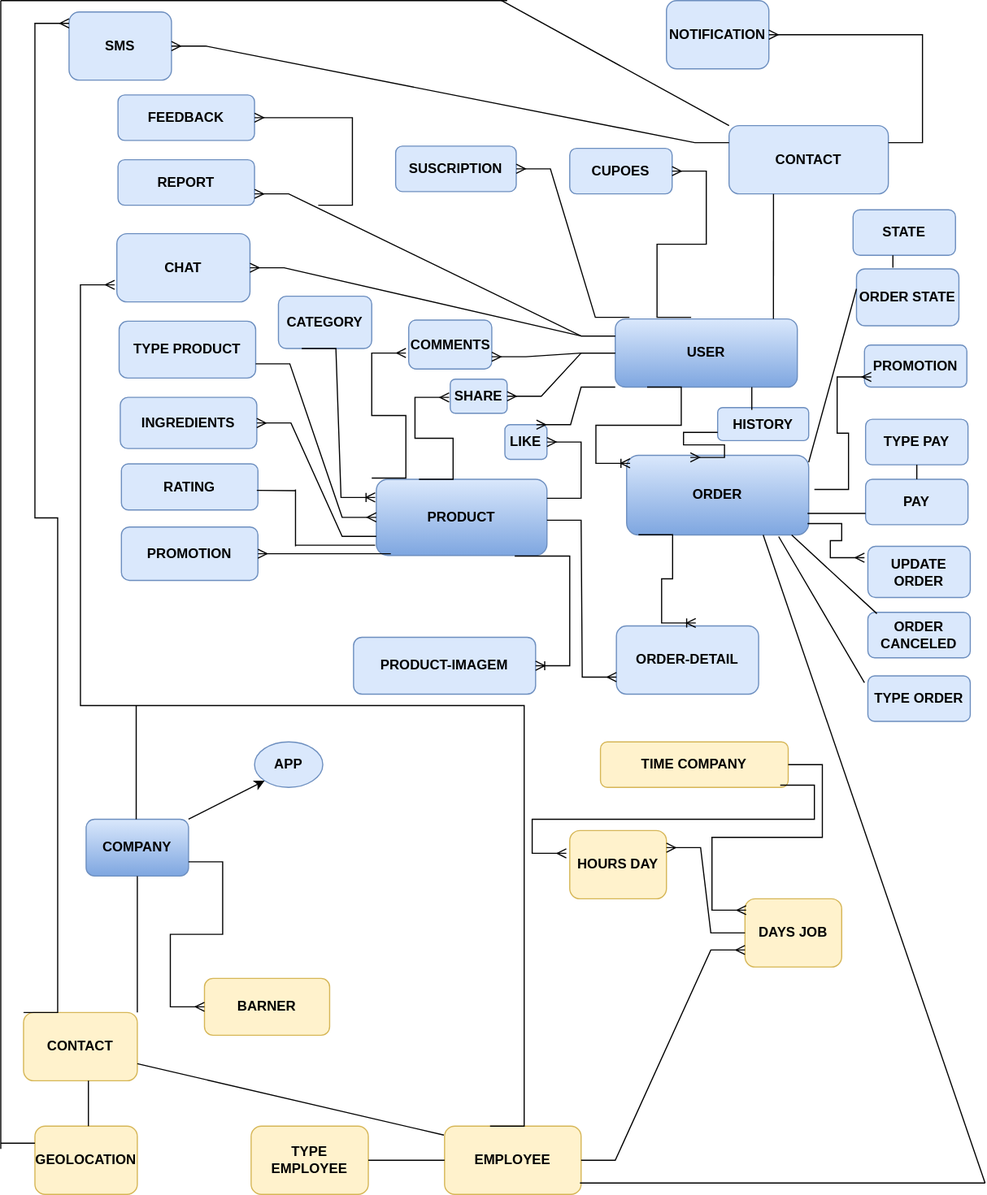
This is Estructuras App/Delivery_Skeletor.drawio (2).svg from filda1/Script-Code, a draw.io export, as it was before one commit. Source tidied: cells renumbered, new cells last; positions are measured from the earlier drawing's top-left corner, leaving out a move shared by most shapes.
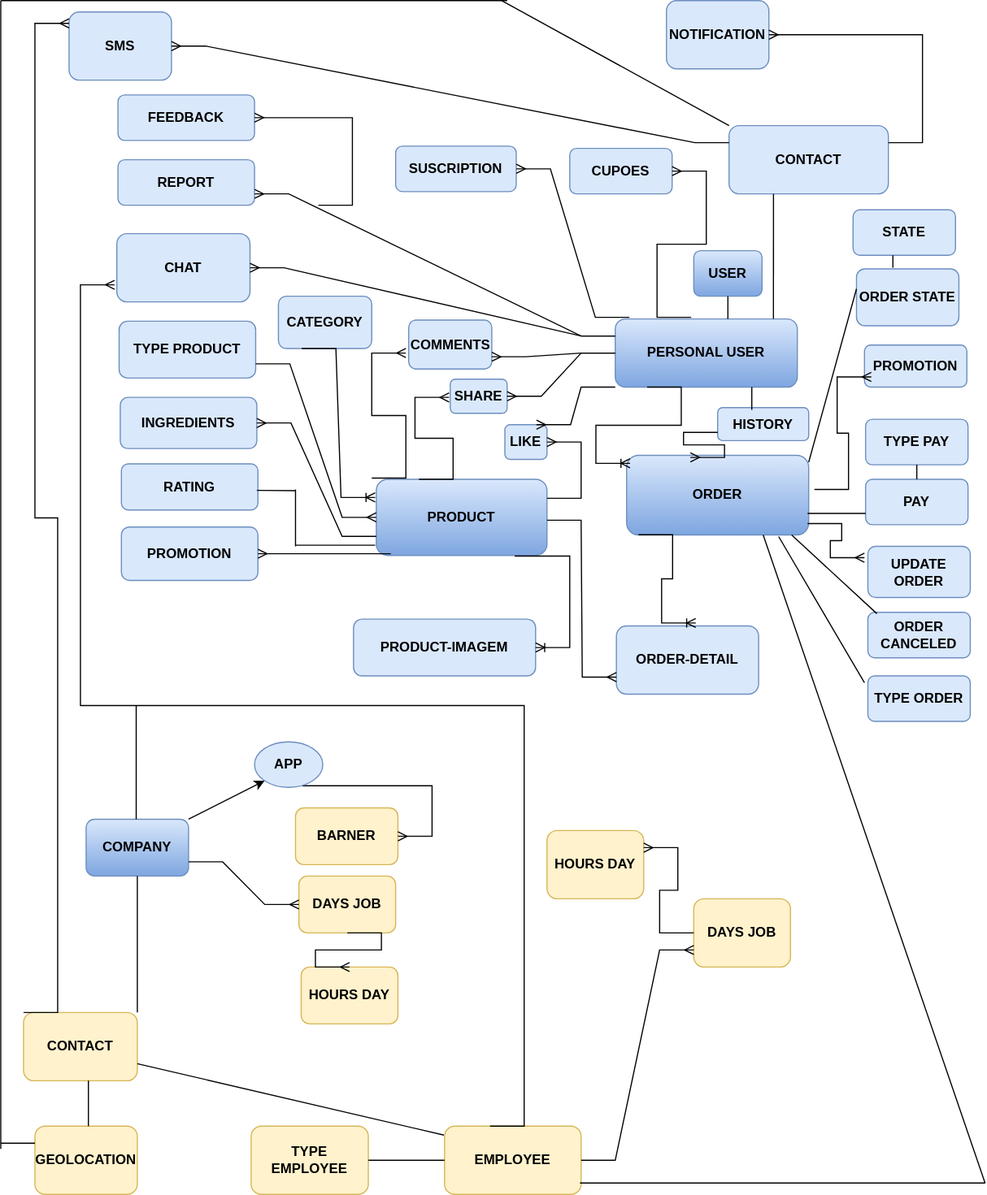
Later version of the same file.

The edit, as a diff of the source:
```diff
@@ -9,9 +9,9 @@
       <mxGeometry x="244" y="260" width="82" height="46" as="geometry" />
     </mxCell>
     <mxCell id="4" value="PRODUCT-IMAGEM" style="rounded=1;whiteSpace=wrap;html=1;labelBackgroundColor=none;labelBorderColor=none;fillColor=#dae8fc;strokeColor=#6c8ebf;fontStyle=1;" parent="1" vertex="1">
-      <mxGeometry x="310" y="560" width="160" height="50" as="geometry" />
+      <mxGeometry x="310" y="544" width="160" height="50" as="geometry" />
     </mxCell>
-    <mxCell id="5" value="USER" style="rounded=1;whiteSpace=wrap;html=1;labelBackgroundColor=none;labelBorderColor=none;fillColor=#dae8fc;strokeColor=#6c8ebf;fontStyle=1;gradientColor=#7ea6e0;" parent="1" vertex="1">
+    <mxCell id="5" value="PERSONAL USER" style="rounded=1;whiteSpace=wrap;html=1;labelBackgroundColor=none;labelBorderColor=none;fillColor=#dae8fc;strokeColor=#6c8ebf;fontStyle=1;gradientColor=#7ea6e0;" parent="1" vertex="1">
       <mxGeometry x="540" y="280" width="160" height="60" as="geometry" />
     </mxCell>
     <mxCell id="6" value="&lt;b&gt;ORDER&lt;/b&gt;" style="rounded=1;whiteSpace=wrap;html=1;labelBackgroundColor=none;labelBorderColor=none;fillColor=#dae8fc;strokeColor=#6c8ebf;gradientColor=#7ea6e0;" parent="1" vertex="1">
@@ -147,19 +147,19 @@
       <mxGeometry x="220" y="990" width="103" height="60" as="geometry" />
     </mxCell>
     <mxCell id="43" value="BARNER" style="rounded=1;whiteSpace=wrap;html=1;labelBackgroundColor=none;labelBorderColor=none;fillColor=#fff2cc;strokeColor=#d6b656;fontStyle=1;" parent="1" vertex="1">
-      <mxGeometry x="179" y="860" width="110" height="50" as="geometry" />
+      <mxGeometry x="259" y="710" width="90" height="50" as="geometry" />
     </mxCell>
     <mxCell id="44" style="endArrow=none;html=1;rounded=0;fontColor=#000000;entryX=1;entryY=0.5;entryDx=0;entryDy=0;exitX=0;exitY=0.5;exitDx=0;exitDy=0;exitPerimeter=0;" parent="1" edge="1" source="41" target="42">
       <mxGeometry relative="1" as="geometry" />
     </mxCell>
     <mxCell id="45" value="&lt;b&gt;DAYS JOB&lt;/b&gt;" style="rounded=1;whiteSpace=wrap;html=1;labelBackgroundColor=none;labelBorderColor=none;fillColor=#fff2cc;strokeColor=#d6b656;fontStyle=0;" parent="1" vertex="1">
-      <mxGeometry x="654" y="790" width="85" height="60" as="geometry" />
+      <mxGeometry x="609" y="790" width="85" height="60" as="geometry" />
     </mxCell>
     <mxCell id="46" style="edgeStyle=entityRelationEdgeStyle;fontSize=12;html=1;endArrow=ERmany;rounded=0;fontColor=#000000;entryX=0;entryY=0.75;entryDx=0;entryDy=0;" parent="1" edge="1" source="41" target="45">
       <mxGeometry relative="1" as="geometry" />
     </mxCell>
     <mxCell id="47" value="HOURS DAY" style="rounded=1;whiteSpace=wrap;html=1;labelBackgroundColor=none;labelBorderColor=none;fillColor=#fff2cc;strokeColor=#d6b656;fontStyle=1;" parent="1" vertex="1">
-      <mxGeometry x="500" y="730" width="85" height="60" as="geometry" />
+      <mxGeometry x="480" y="730" width="85" height="60" as="geometry" />
     </mxCell>
     <mxCell id="48" style="edgeStyle=entityRelationEdgeStyle;fontSize=12;html=1;endArrow=ERmany;rounded=0;fontColor=#000000;entryX=1;entryY=0.25;entryDx=0;entryDy=0;exitX=0;exitY=0.5;exitDx=0;exitDy=0;" parent="1" edge="1" source="45" target="47">
       <mxGeometry relative="1" as="geometry" />
@@ -235,20 +235,6 @@
         <mxPoint x="865" y="1040" as="targetPoint" />
       </mxGeometry>
     </mxCell>
-    <mxCell id="64" value="TIME COMPANY" style="rounded=1;whiteSpace=wrap;html=1;fillColor=#fff2cc;strokeColor=#d6b656;fontStyle=1;" parent="1" vertex="1">
-      <mxGeometry x="527" y="652" width="165" height="40" as="geometry" />
-    </mxCell>
-    <mxCell id="65" style="edgeStyle=entityRelationEdgeStyle;fontSize=12;html=1;endArrow=ERmany;rounded=0;" parent="1" edge="1" source="64">
-      <mxGeometry relative="1" as="geometry">
-        <mxPoint x="655" y="800" as="targetPoint" />
-      </mxGeometry>
-    </mxCell>
-    <mxCell id="66" style="edgeStyle=entityRelationEdgeStyle;fontSize=12;html=1;endArrow=ERmany;rounded=0;" parent="1" edge="1">
-      <mxGeometry relative="1" as="geometry">
-        <mxPoint x="685" y="690" as="sourcePoint" />
-        <mxPoint x="497" y="750" as="targetPoint" />
-      </mxGeometry>
-    </mxCell>
     <mxCell id="67" value="&lt;b&gt;RATING&lt;/b&gt;" style="rounded=1;whiteSpace=wrap;html=1;fillColor=#dae8fc;strokeColor=#6c8ebf;" parent="1" vertex="1">
       <mxGeometry x="106" y="407.5" width="120" height="40.5" as="geometry" />
     </mxCell>
@@ -275,7 +261,7 @@
         <mxPoint x="759" y="490" as="targetPoint" />
       </mxGeometry>
     </mxCell>
-    <mxCell id="74" style="edgeStyle=entityRelationEdgeStyle;fontSize=12;html=1;endArrow=ERmany;rounded=0;exitX=1;exitY=0.75;exitDx=0;exitDy=0;" parent="1" edge="1" source="53" target="43">
+    <mxCell id="74" style="edgeStyle=entityRelationEdgeStyle;fontSize=12;html=1;endArrow=ERmany;rounded=0;exitX=0.703;exitY=0.965;exitDx=0;exitDy=0;exitPerimeter=0;" parent="1" edge="1" source="95" target="43">
       <mxGeometry relative="1" as="geometry" />
     </mxCell>
     <mxCell id="75" value="COMMENTS" style="rounded=1;whiteSpace=wrap;html=1;fillColor=#dae8fc;strokeColor=#6c8ebf;fontStyle=1;direction=south;" parent="1" vertex="1">
@@ -365,5 +351,25 @@
     <mxCell id="96" style="endArrow=classic;html=1;rounded=0;exitX=1;exitY=0;exitDx=0;exitDy=0;entryX=0;entryY=1;entryDx=0;entryDy=0;" parent="1" edge="1" source="53" target="95">
       <mxGeometry relative="1" as="geometry" />
     </mxCell>
+    <mxCell id="97" value="USER" style="rounded=1;whiteSpace=wrap;html=1;fillColor=#dae8fc;strokeColor=#6c8ebf;fontStyle=1;gradientColor=#7ea6e0;" parent="1" vertex="1">
+      <mxGeometry x="609" y="220" width="60" height="40" as="geometry" />
+    </mxCell>
+    <mxCell id="98" style="endArrow=none;html=1;rounded=0;entryX=0.5;entryY=1;entryDx=0;entryDy=0;" parent="1" edge="1" target="97">
+      <mxGeometry relative="1" as="geometry">
+        <mxPoint x="639" y="280" as="sourcePoint" />
+      </mxGeometry>
+    </mxCell>
+    <mxCell id="99" value="HOURS DAY" style="rounded=1;whiteSpace=wrap;html=1;labelBackgroundColor=none;labelBorderColor=none;fillColor=#fff2cc;strokeColor=#d6b656;fontStyle=1;" parent="1" vertex="1">
+      <mxGeometry x="264" y="850" width="85" height="50" as="geometry" />
+    </mxCell>
+    <mxCell id="100" value="&lt;b&gt;DAYS JOB&lt;/b&gt;" style="rounded=1;whiteSpace=wrap;html=1;labelBackgroundColor=none;labelBorderColor=none;fillColor=#fff2cc;strokeColor=#d6b656;fontStyle=0;" parent="1" vertex="1">
+      <mxGeometry x="262" y="770" width="85" height="50" as="geometry" />
+    </mxCell>
+    <mxCell id="101" style="edgeStyle=entityRelationEdgeStyle;fontSize=12;html=1;endArrow=ERmany;rounded=0;exitX=1;exitY=0.75;exitDx=0;exitDy=0;" parent="1" edge="1" source="53" target="100">
+      <mxGeometry relative="1" as="geometry" />
+    </mxCell>
+    <mxCell id="102" style="edgeStyle=entityRelationEdgeStyle;fontSize=12;html=1;endArrow=ERmany;rounded=0;exitX=0.5;exitY=1;exitDx=0;exitDy=0;entryX=0.5;entryY=0;entryDx=0;entryDy=0;" parent="1" edge="1" source="100" target="99">
+      <mxGeometry relative="1" as="geometry" />
+    </mxCell>
   </root>
 </mxGraphModel>
```
